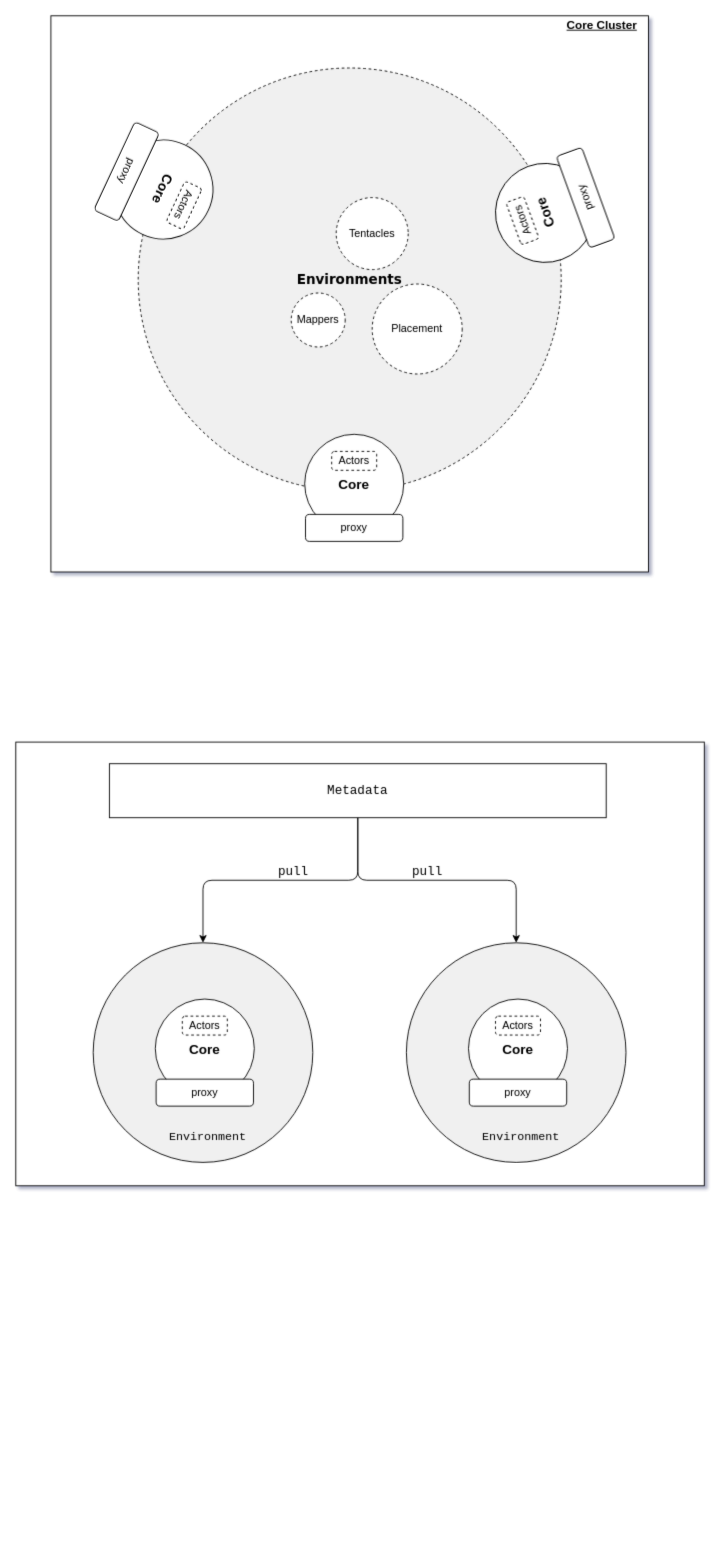
Earlier version of the draw.io diagram docs/drawio/core-architecture_.drawio (tkeel-io/core). Source tidied: cells renumbered, new cells numbered last; positions are measured from the earlier drawing's top-left corner, leaving out a move shared by most shapes. Both pictures are drawn from the tidied source at 90%, with x=0, y=0 at pixel (15, 15).
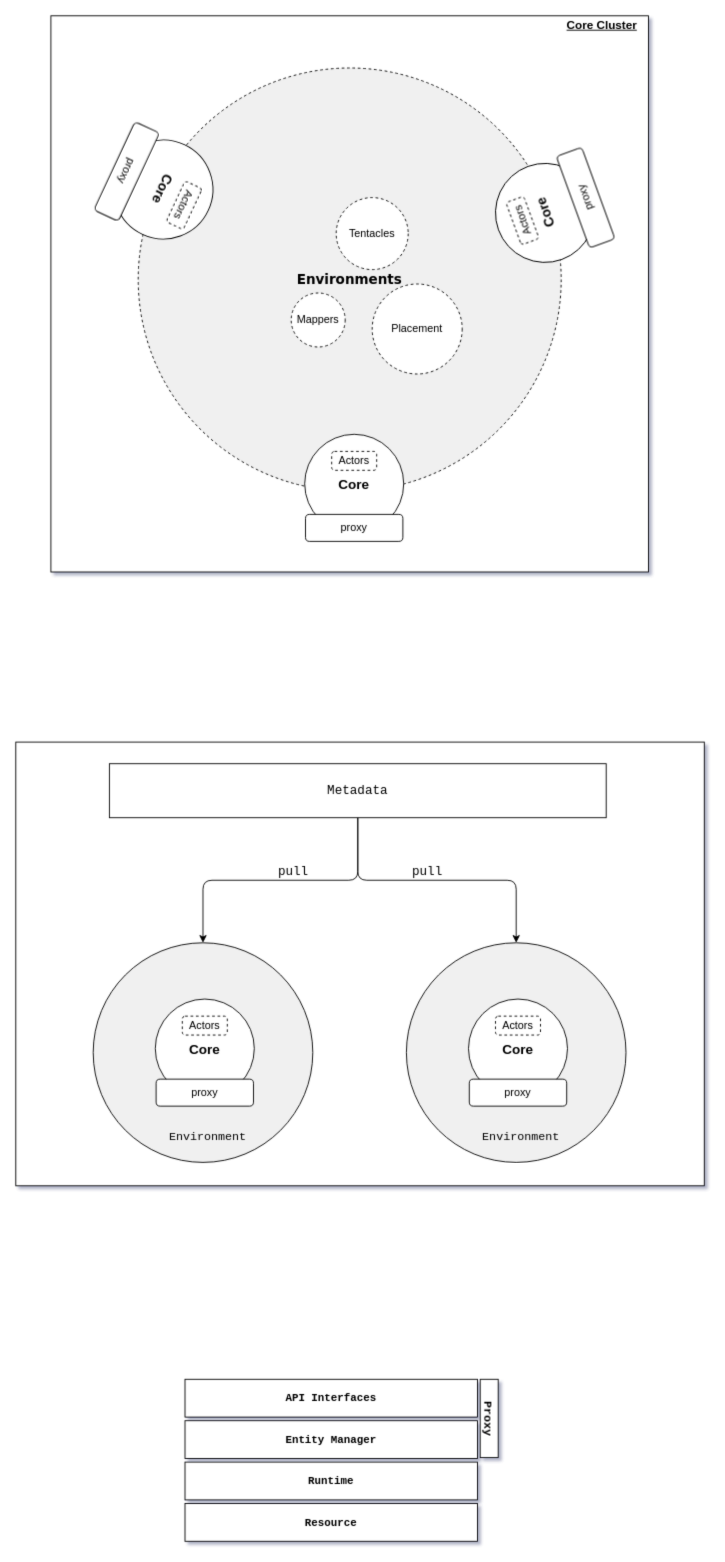
After the change.

Change to the diagram source:
```diff
@@
+    <mxCell id="40" value="&lt;font color=&quot;#000000&quot; face=&quot;Courier New&quot;&gt;&lt;b&gt;API Interfaces&lt;/b&gt;&lt;/font&gt;" style="rounded=0;whiteSpace=wrap;html=1;fillColor=#FFFFFF;strokeColor=#000000;" parent="1" vertex="1">
+      <mxGeometry x="188" y="1515" width="325" height="42" as="geometry" />
+    </mxCell>
+    <mxCell id="41" value="&lt;font color=&quot;#000000&quot; face=&quot;Courier New&quot;&gt;&lt;b&gt;Entity Manager&lt;/b&gt;&lt;/font&gt;" style="rounded=0;whiteSpace=wrap;html=1;fillColor=#FFFFFF;strokeColor=#000000;" parent="1" vertex="1">
+      <mxGeometry x="188" y="1561" width="325" height="42" as="geometry" />
+    </mxCell>
+    <mxCell id="42" value="&lt;font color=&quot;#000000&quot; face=&quot;Courier New&quot;&gt;&lt;b&gt;Runtime&lt;/b&gt;&lt;/font&gt;" style="rounded=0;whiteSpace=wrap;html=1;fillColor=#FFFFFF;strokeColor=#000000;" parent="1" vertex="1">
+      <mxGeometry x="188" y="1607" width="325" height="42" as="geometry" />
+    </mxCell>
+    <mxCell id="43" value="&lt;font color=&quot;#000000&quot; face=&quot;Courier New&quot;&gt;&lt;b&gt;Resource&lt;/b&gt;&lt;/font&gt;" style="rounded=0;whiteSpace=wrap;html=1;fillColor=#FFFFFF;strokeColor=#000000;" parent="1" vertex="1">
+      <mxGeometry x="188" y="1653" width="325" height="42" as="geometry" />
+    </mxCell>
+    <mxCell id="44" value="&lt;b&gt;&lt;font style=&quot;font-size: 13px&quot; face=&quot;Courier New&quot;&gt;Proxy&lt;/font&gt;&lt;/b&gt;" style="rounded=0;whiteSpace=wrap;html=1;fontFamily=Helvetica;fontSize=12;fontColor=#000000;strokeColor=#000000;fillColor=#FFFFFF;rotation=90;" parent="1" vertex="1">
+      <mxGeometry x="482.5" y="1548.5" width="87" height="20" as="geometry" />
+    </mxCell>
```
